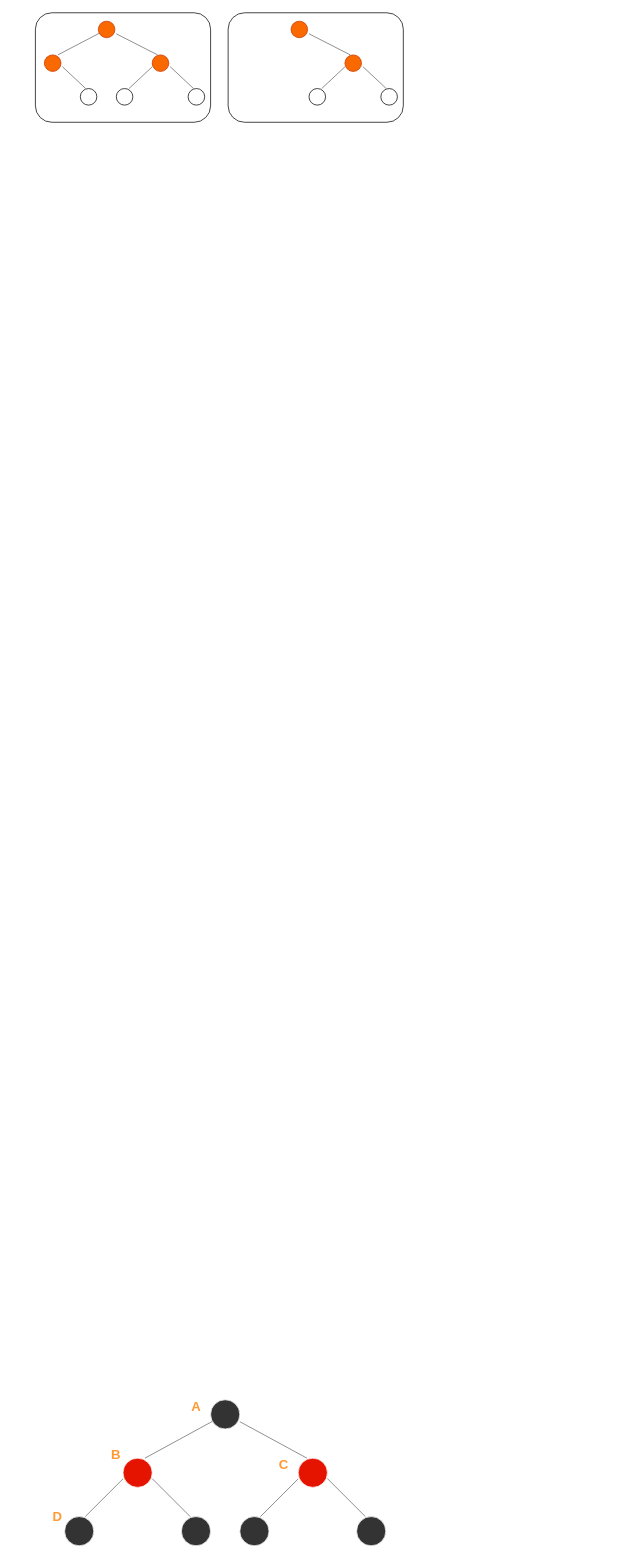
The draw.io diagram 未命名绘图.drawio in GEDYBOY/gedy, before the edit. Source tidied: cells renumbered, new cells numbered last; positions are measured from the earlier drawing's top-left corner, leaving out a move shared by most shapes. Both pictures are drawn from the tidied source at 73%, with x=0, y=0 at pixel (35, 12).
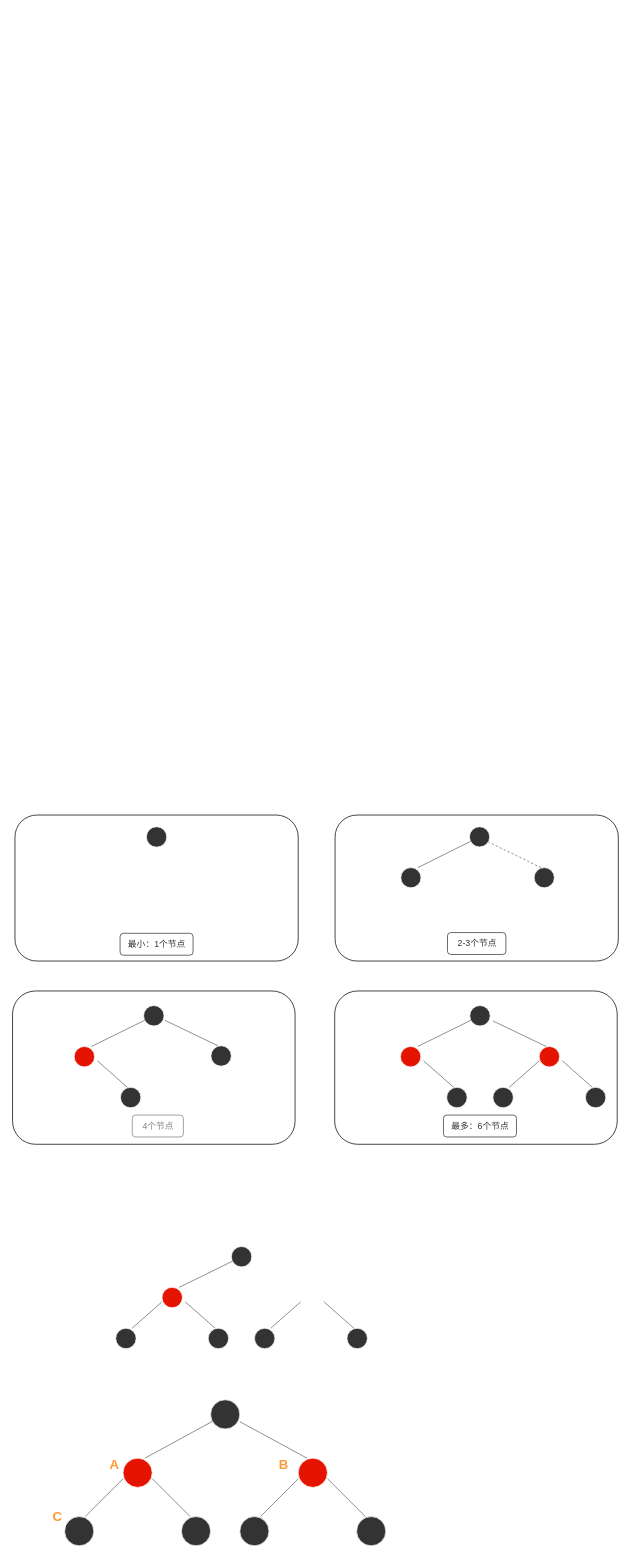
Above is the later version.

Commit message (it also covers changes not shown here):
更新未命名绘图.drawio

Change to the diagram source:
```diff
@@
-    <mxCell id="2" style="group;" parent="1" vertex="1">
-      <mxGeometry width="240" height="150" as="geometry" />
-    </mxCell>
-    <mxCell id="3" style="rounded=1;whiteSpace=wrap;html=1;fillColor=none;" parent="2" vertex="1">
-      <mxGeometry width="240" height="150" as="geometry" />
-    </mxCell>
-    <mxCell id="4" style="ellipse;whiteSpace=wrap;html=1;fillColor=#fa6800;fontColor=#000000;strokeColor=#C73500;" parent="2" vertex="1">
-      <mxGeometry x="12.3" y="57.7" width="22.7" height="22.7" as="geometry" />
-    </mxCell>
-    <mxCell id="5" style="ellipse;whiteSpace=wrap;html=1;" parent="2" vertex="1">
-      <mxGeometry x="61.5" y="103.8" width="22.7" height="22.7" as="geometry" />
-    </mxCell>
-    <mxCell id="6" style="endArrow=none;html=1;rounded=0;entryX=0;entryY=1;entryDx=0;entryDy=0;fillColor=#f5f5f5;gradientColor=#b3b3b3;strokeColor=#666666;" parent="2" edge="1">
-      <mxGeometry relative="1" as="geometry">
-        <mxPoint x="36.9" y="73.8" as="sourcePoint" />
-        <mxPoint x="68.9" y="103.8" as="targetPoint" />
-      </mxGeometry>
-    </mxCell>
-    <mxCell id="7" style="ellipse;whiteSpace=wrap;html=1;fillColor=#fa6800;fontColor=#000000;strokeColor=#C73500;" parent="2" vertex="1">
-      <mxGeometry x="160" y="57.7" width="22.7" height="22.7" as="geometry" />
-    </mxCell>
-    <mxCell id="8" style="ellipse;whiteSpace=wrap;html=1;" parent="2" vertex="1">
-      <mxGeometry x="110.8" y="103.8" width="22.7" height="22.7" as="geometry" />
-    </mxCell>
-    <mxCell id="9" style="ellipse;whiteSpace=wrap;html=1;" parent="2" vertex="1">
-      <mxGeometry x="209.2" y="103.8" width="22.7" height="22.7" as="geometry" />
-    </mxCell>
-    <mxCell id="10" style="endArrow=none;html=1;rounded=0;entryX=0;entryY=1;entryDx=0;entryDy=0;fillColor=#f5f5f5;gradientColor=#b3b3b3;strokeColor=#666666;" parent="2" edge="1">
-      <mxGeometry relative="1" as="geometry">
-        <mxPoint x="128.2" y="103.8" as="sourcePoint" />
-        <mxPoint x="160" y="74" as="targetPoint" />
-      </mxGeometry>
-    </mxCell>
-    <mxCell id="11" style="endArrow=none;html=1;rounded=0;entryX=0;entryY=1;entryDx=0;entryDy=0;fillColor=#f5f5f5;gradientColor=#b3b3b3;strokeColor=#666666;" parent="2" edge="1">
-      <mxGeometry relative="1" as="geometry">
-        <mxPoint x="184.6" y="73.8" as="sourcePoint" />
-        <mxPoint x="216.6" y="103.8" as="targetPoint" />
-      </mxGeometry>
-    </mxCell>
-    <mxCell id="12" style="ellipse;whiteSpace=wrap;html=1;fillColor=#fa6800;fontColor=#000000;strokeColor=#C73500;" parent="2" vertex="1">
-      <mxGeometry x="86.2" y="11.5" width="22.7" height="22.7" as="geometry" />
-    </mxCell>
-    <mxCell id="13" style="endArrow=none;html=1;rounded=0;fillColor=#f5f5f5;gradientColor=#b3b3b3;strokeColor=#666666;" parent="2" edge="1" target="12">
-      <mxGeometry relative="1" as="geometry">
-        <mxPoint x="30.8" y="57.7" as="sourcePoint" />
-      </mxGeometry>
-    </mxCell>
-    <mxCell id="14" style="endArrow=none;html=1;rounded=0;fillColor=#f5f5f5;gradientColor=#b3b3b3;strokeColor=#666666;" parent="2" edge="1">
-      <mxGeometry relative="1" as="geometry">
-        <mxPoint x="167.4" y="57.7" as="sourcePoint" />
-        <mxPoint x="110.8" y="28.8" as="targetPoint" />
-      </mxGeometry>
-    </mxCell>
-    <mxCell id="15" style="group;" parent="1" vertex="1">
-      <mxGeometry x="264" width="240" height="150" as="geometry" />
-    </mxCell>
-    <mxCell id="16" style="rounded=1;whiteSpace=wrap;html=1;fillColor=none;" parent="15" vertex="1">
-      <mxGeometry width="240" height="150" as="geometry" />
-    </mxCell>
-    <mxCell id="17" style="ellipse;whiteSpace=wrap;html=1;fillColor=#fa6800;fontColor=#000000;strokeColor=#C73500;" parent="15" vertex="1">
-      <mxGeometry x="160" y="57.7" width="22.7" height="22.7" as="geometry" />
-    </mxCell>
-    <mxCell id="18" style="ellipse;whiteSpace=wrap;html=1;" parent="15" vertex="1">
-      <mxGeometry x="110.8" y="103.8" width="22.7" height="22.7" as="geometry" />
-    </mxCell>
-    <mxCell id="19" style="ellipse;whiteSpace=wrap;html=1;" parent="15" vertex="1">
-      <mxGeometry x="209.2" y="103.8" width="22.7" height="22.7" as="geometry" />
-    </mxCell>
-    <mxCell id="20" style="endArrow=none;html=1;rounded=0;entryX=0;entryY=1;entryDx=0;entryDy=0;fillColor=#f5f5f5;gradientColor=#b3b3b3;strokeColor=#666666;" parent="15" edge="1">
-      <mxGeometry relative="1" as="geometry">
-        <mxPoint x="128.2" y="103.8" as="sourcePoint" />
-        <mxPoint x="160" y="74" as="targetPoint" />
-      </mxGeometry>
-    </mxCell>
-    <mxCell id="21" style="endArrow=none;html=1;rounded=0;entryX=0;entryY=1;entryDx=0;entryDy=0;fillColor=#f5f5f5;gradientColor=#b3b3b3;strokeColor=#666666;" parent="15" edge="1">
-      <mxGeometry relative="1" as="geometry">
-        <mxPoint x="184.6" y="73.8" as="sourcePoint" />
-        <mxPoint x="216.6" y="103.8" as="targetPoint" />
-      </mxGeometry>
-    </mxCell>
-    <mxCell id="22" style="ellipse;whiteSpace=wrap;html=1;fillColor=#fa6800;fontColor=#000000;strokeColor=#C73500;" parent="15" vertex="1">
-      <mxGeometry x="86.2" y="11.5" width="22.7" height="22.7" as="geometry" />
-    </mxCell>
-    <mxCell id="23" style="endArrow=none;html=1;rounded=0;fillColor=#f5f5f5;gradientColor=#b3b3b3;strokeColor=#666666;" parent="15" edge="1">
-      <mxGeometry relative="1" as="geometry">
-        <mxPoint x="167.4" y="57.7" as="sourcePoint" />
-        <mxPoint x="110.8" y="28.8" as="targetPoint" />
-      </mxGeometry>
-    </mxCell>
+    <mxCell id="41" style="rounded=1;whiteSpace=wrap;html=1;fillColor=none;" parent="1" vertex="1">
+      <mxGeometry x="-31.3" y="1340" width="387" height="210" as="geometry" />
+    </mxCell>
+    <mxCell id="42" style="rounded=1;whiteSpace=wrap;html=1;fillColor=none;" parent="1" vertex="1">
+      <mxGeometry x="-28" y="1099" width="388" height="200" as="geometry" />
+    </mxCell>
+    <mxCell id="43" style="rounded=1;whiteSpace=wrap;html=1;fillColor=none;" parent="1" vertex="1">
+      <mxGeometry x="410" y="1340" width="387" height="210" as="geometry" />
+    </mxCell>
@@
     <mxCell id="37" value="&lt;font size=&quot;1&quot; color=&quot;#ff9933&quot;&gt;&lt;b style=&quot;font-size: 18px;&quot;&gt;B&lt;/b&gt;&lt;/font&gt;" style="text;html=1;align=center;verticalAlign=middle;strokeColor=none;fillColor=none;strokeWidth=11;" parent="1" vertex="1">
-      <mxGeometry x="90" y="1955" width="40" height="40" as="geometry" />
+      <mxGeometry x="320" y="1970" width="40" height="40" as="geometry" />
     </mxCell>
     <mxCell id="38" value="&lt;font color=&quot;#ff9933&quot;&gt;&lt;span style=&quot;font-size: 18px;&quot;&gt;&lt;b&gt;C&lt;/b&gt;&lt;/span&gt;&lt;/font&gt;" style="text;html=1;align=center;verticalAlign=middle;strokeColor=none;fillColor=none;strokeWidth=11;" parent="1" vertex="1">
-      <mxGeometry x="320" y="1970" width="40" height="40" as="geometry" />
+      <mxGeometry x="10" y="2040" width="40" height="40" as="geometry" />
     </mxCell>
     <mxCell id="39" value="&lt;font color=&quot;#ff9933&quot;&gt;&lt;span style=&quot;font-size: 18px;&quot;&gt;&lt;b&gt;A&lt;/b&gt;&lt;/span&gt;&lt;/font&gt;" style="text;html=1;align=center;verticalAlign=middle;strokeColor=none;fillColor=none;strokeWidth=11;" parent="1" vertex="1">
-      <mxGeometry x="200" y="1890" width="40" height="40" as="geometry" />
+      <mxGeometry x="88.2" y="1970" width="40" height="40" as="geometry" />
     </mxCell>
-    <mxCell id="40" value="&lt;font color=&quot;#ff9933&quot;&gt;&lt;span style=&quot;font-size: 18px;&quot;&gt;&lt;b&gt;D&lt;/b&gt;&lt;/span&gt;&lt;/font&gt;" style="text;html=1;align=center;verticalAlign=middle;strokeColor=none;fillColor=none;strokeWidth=11;" parent="1" vertex="1">
-      <mxGeometry x="10" y="2040" width="40" height="40" as="geometry" />
-    </mxCell>
+    <mxCell id="44" style="group;" parent="1" vertex="1">
+      <mxGeometry x="110" y="1690" width="348.5" height="140" as="geometry" />
+    </mxCell>
+    <mxCell id="45" style="ellipse;whiteSpace=wrap;html=1;fillColor=#e51400;fontColor=#ffffff;strokeColor=#FFFFFF;" parent="44" vertex="1">
+      <mxGeometry x="63.4" y="56" width="28" height="28" as="geometry" />
+    </mxCell>
+    <mxCell id="46" style="ellipse;whiteSpace=wrap;html=1;fillColor=#333333;fontColor=#000000;strokeColor=#FFFFFF;" parent="44" vertex="1">
+      <mxGeometry y="112" width="28" height="28" as="geometry" />
+    </mxCell>
+    <mxCell id="47" style="ellipse;whiteSpace=wrap;html=1;fillColor=#333333;strokeColor=#FFFFFF;" parent="44" vertex="1">
+      <mxGeometry x="126.7" y="112" width="28" height="28" as="geometry" />
+    </mxCell>
+    <mxCell id="48" style="endArrow=none;html=1;rounded=0;entryX=0;entryY=1;entryDx=0;entryDy=0;fillColor=#f5f5f5;gradientColor=#b3b3b3;strokeColor=#666666;" parent="44" edge="1">
+      <mxGeometry relative="1" as="geometry">
+        <mxPoint x="22.4" y="112" as="sourcePoint" />
+        <mxPoint x="63.4" y="75.8" as="targetPoint" />
+      </mxGeometry>
+    </mxCell>
+    <mxCell id="49" style="endArrow=none;html=1;rounded=0;entryX=0;entryY=1;entryDx=0;entryDy=0;fillColor=#f5f5f5;gradientColor=#b3b3b3;strokeColor=#666666;" parent="44" edge="1">
+      <mxGeometry relative="1" as="geometry">
+        <mxPoint x="95" y="75.6" as="sourcePoint" />
+        <mxPoint x="136.2" y="112" as="targetPoint" />
+      </mxGeometry>
+    </mxCell>
+    <mxCell id="50" style="ellipse;whiteSpace=wrap;html=1;fillColor=#333333;strokeColor=#FFFFFF;" parent="44" vertex="1">
+      <mxGeometry x="190.1" y="112" width="28" height="28" as="geometry" />
+    </mxCell>
+    <mxCell id="51" style="ellipse;whiteSpace=wrap;html=1;fillColor=#333333;strokeColor=#FFFFFF;" parent="44" vertex="1">
+      <mxGeometry x="316.8" y="112" width="28" height="28" as="geometry" />
+    </mxCell>
+    <mxCell id="52" style="endArrow=none;html=1;rounded=0;entryX=0;entryY=1;entryDx=0;entryDy=0;fillColor=#f5f5f5;gradientColor=#b3b3b3;strokeColor=#666666;" parent="44" edge="1">
+      <mxGeometry relative="1" as="geometry">
+        <mxPoint x="212.5" y="112" as="sourcePoint" />
+        <mxPoint x="253.4" y="75.8" as="targetPoint" />
+      </mxGeometry>
+    </mxCell>
+    <mxCell id="53" style="endArrow=none;html=1;rounded=0;entryX=0;entryY=1;entryDx=0;entryDy=0;fillColor=#f5f5f5;gradientColor=#b3b3b3;strokeColor=#666666;" parent="44" edge="1">
+      <mxGeometry relative="1" as="geometry">
+        <mxPoint x="285.1" y="75.6" as="sourcePoint" />
+        <mxPoint x="326.3" y="112" as="targetPoint" />
+      </mxGeometry>
+    </mxCell>
+    <mxCell id="54" style="ellipse;whiteSpace=wrap;html=1;fillColor=#333333;strokeColor=#FFFFFF;" parent="44" vertex="1">
+      <mxGeometry x="158.4" width="28" height="28" as="geometry" />
+    </mxCell>
+    <mxCell id="55" style="endArrow=none;html=1;rounded=0;fillColor=#f5f5f5;gradientColor=#b3b3b3;strokeColor=#666666;" parent="44" edge="1" target="54">
+      <mxGeometry relative="1" as="geometry">
+        <mxPoint x="87.1" y="56" as="sourcePoint" />
+      </mxGeometry>
+    </mxCell>
+    <mxCell id="56" style="ellipse;whiteSpace=wrap;html=1;fillColor=#333333;strokeColor=#FFFFFF;" parent="1" vertex="1">
+      <mxGeometry x="152" y="1115" width="28" height="28" as="geometry" />
+    </mxCell>
+    <mxCell id="57" style="ellipse;whiteSpace=wrap;html=1;fillColor=#e51400;fontColor=#ffffff;strokeColor=#FFFFFF;" parent="1" vertex="1">
+      <mxGeometry x="53.1" y="1416" width="28" height="28" as="geometry" />
+    </mxCell>
+    <mxCell id="58" style="ellipse;whiteSpace=wrap;html=1;fillColor=#333333;strokeColor=#FFFFFF;" parent="1" vertex="1">
+      <mxGeometry x="116.5" y="1472" width="28" height="28" as="geometry" />
+    </mxCell>
+    <mxCell id="59" style="endArrow=none;html=1;rounded=0;entryX=0;entryY=1;entryDx=0;entryDy=0;fillColor=#f5f5f5;gradientColor=#b3b3b3;strokeColor=#666666;" parent="1" edge="1">
+      <mxGeometry relative="1" as="geometry">
+        <mxPoint x="84.8" y="1435.6" as="sourcePoint" />
+        <mxPoint x="126" y="1472" as="targetPoint" />
+      </mxGeometry>
+    </mxCell>
+    <mxCell id="60" style="ellipse;whiteSpace=wrap;html=1;fillColor=#333333;strokeColor=#FFFFFF;" parent="1" vertex="1">
+      <mxGeometry x="148.2" y="1360" width="28" height="28" as="geometry" />
+    </mxCell>
+    <mxCell id="61" style="endArrow=none;html=1;rounded=0;fillColor=#f5f5f5;gradientColor=#b3b3b3;strokeColor=#666666;" parent="1" edge="1" target="60">
+      <mxGeometry relative="1" as="geometry">
+        <mxPoint x="76.9" y="1416" as="sourcePoint" />
+      </mxGeometry>
+    </mxCell>
+    <mxCell id="62" style="ellipse;whiteSpace=wrap;html=1;fillColor=#e51400;fontColor=#ffffff;strokeColor=#FFFFFF;" parent="1" vertex="1">
+      <mxGeometry x="500" y="1416" width="28" height="28" as="geometry" />
+    </mxCell>
+    <mxCell id="63" style="ellipse;whiteSpace=wrap;html=1;fillColor=#333333;strokeColor=#FFFFFF;" parent="1" vertex="1">
+      <mxGeometry x="563.4" y="1472" width="28" height="28" as="geometry" />
+    </mxCell>
+    <mxCell id="64" style="endArrow=none;html=1;rounded=0;entryX=0;entryY=1;entryDx=0;entryDy=0;fillColor=#f5f5f5;gradientColor=#b3b3b3;strokeColor=#666666;" parent="1" edge="1">
+      <mxGeometry relative="1" as="geometry">
+        <mxPoint x="531.7" y="1435.6" as="sourcePoint" />
+        <mxPoint x="572.9" y="1472" as="targetPoint" />
+      </mxGeometry>
+    </mxCell>
+    <mxCell id="65" style="ellipse;whiteSpace=wrap;html=1;fillColor=#e51400;fontColor=#ffffff;strokeColor=#FFFFFF;" parent="1" vertex="1">
+      <mxGeometry x="690.1" y="1416" width="28" height="28" as="geometry" />
+    </mxCell>
+    <mxCell id="66" style="ellipse;whiteSpace=wrap;html=1;fillColor=#333333;strokeColor=#FFFFFF;" parent="1" vertex="1">
+      <mxGeometry x="626.7" y="1472" width="28" height="28" as="geometry" />
+    </mxCell>
+    <mxCell id="67" style="ellipse;whiteSpace=wrap;html=1;fillColor=#333333;strokeColor=#FFFFFF;" parent="1" vertex="1">
+      <mxGeometry x="753.4" y="1472" width="28" height="28" as="geometry" />
+    </mxCell>
+    <mxCell id="68" style="endArrow=none;html=1;rounded=0;entryX=0;entryY=1;entryDx=0;entryDy=0;fillColor=#f5f5f5;gradientColor=#b3b3b3;strokeColor=#666666;" parent="1" edge="1">
+      <mxGeometry relative="1" as="geometry">
+        <mxPoint x="649.1" y="1472" as="sourcePoint" />
+        <mxPoint x="690.1" y="1435.8" as="targetPoint" />
+      </mxGeometry>
+    </mxCell>
+    <mxCell id="69" style="endArrow=none;html=1;rounded=0;entryX=0;entryY=1;entryDx=0;entryDy=0;fillColor=#f5f5f5;gradientColor=#b3b3b3;strokeColor=#666666;" parent="1" edge="1">
+      <mxGeometry relative="1" as="geometry">
+        <mxPoint x="721.8" y="1435.6" as="sourcePoint" />
+        <mxPoint x="762.9" y="1472" as="targetPoint" />
+      </mxGeometry>
+    </mxCell>
+    <mxCell id="70" style="ellipse;whiteSpace=wrap;html=1;fillColor=#333333;strokeColor=#FFFFFF;" parent="1" vertex="1">
+      <mxGeometry x="595" y="1360" width="28" height="28" as="geometry" />
+    </mxCell>
+    <mxCell id="71" style="endArrow=none;html=1;rounded=0;fillColor=#f5f5f5;gradientColor=#b3b3b3;strokeColor=#666666;" parent="1" edge="1" target="70">
+      <mxGeometry relative="1" as="geometry">
+        <mxPoint x="523.8" y="1416" as="sourcePoint" />
+      </mxGeometry>
+    </mxCell>
+    <mxCell id="72" style="endArrow=none;html=1;rounded=0;fillColor=#f5f5f5;gradientColor=#b3b3b3;strokeColor=#666666;" parent="1" edge="1">
+      <mxGeometry relative="1" as="geometry">
+        <mxPoint x="699.6" y="1416" as="sourcePoint" />
+        <mxPoint x="626.7" y="1381" as="targetPoint" />
+      </mxGeometry>
+    </mxCell>
+    <mxCell id="73" value="&lt;font color=&quot;#333333&quot;&gt;最小：1个节点&lt;/font&gt;" style="text;html=1;align=center;verticalAlign=middle;strokeColor=#333333;fillColor=none;perimeterSpacing=45;rounded=1;" parent="1" vertex="1">
+      <mxGeometry x="116" y="1261" width="100" height="30" as="geometry" />
+    </mxCell>
+    <mxCell id="74" value="&lt;font color=&quot;#333333&quot;&gt;最多：6个节点&lt;/font&gt;" style="text;html=1;align=center;verticalAlign=middle;strokeColor=#333333;fillColor=none;perimeterSpacing=45;rounded=1;" parent="1" vertex="1">
+      <mxGeometry x="559" y="1510" width="100" height="30" as="geometry" />
+    </mxCell>
+    <mxCell id="75" style="group;" parent="1" vertex="1">
+      <mxGeometry x="500.5" y="1115" width="300" height="184" as="geometry" />
+    </mxCell>
+    <mxCell id="76" style="ellipse;whiteSpace=wrap;html=1;fillColor=#333333;fontColor=#ffffff;strokeColor=#FFFFFF;" parent="75" vertex="1">
+      <mxGeometry y="56" width="27.7" height="27.7" as="geometry" />
+    </mxCell>
+    <mxCell id="77" style="ellipse;whiteSpace=wrap;html=1;fillColor=#333333;strokeColor=#FFFFFF;" parent="75" vertex="1">
+      <mxGeometry x="94.1" width="27.7" height="27.7" as="geometry" />
+    </mxCell>
+    <mxCell id="78" style="endArrow=none;html=1;rounded=0;fillColor=#f5f5f5;gradientColor=#b3b3b3;strokeColor=#666666;" parent="75" edge="1" target="77">
+      <mxGeometry relative="1" as="geometry">
+        <mxPoint x="23.5" y="56" as="sourcePoint" />
+      </mxGeometry>
+    </mxCell>
+    <mxCell id="79" style="ellipse;whiteSpace=wrap;html=1;fillColor=#333333;fontColor=#ffffff;strokeColor=#FFFFFF;" parent="75" vertex="1">
+      <mxGeometry x="182.7" y="56" width="27.7" height="27.7" as="geometry" />
+    </mxCell>
+    <mxCell id="80" style="endArrow=none;html=1;rounded=0;fillColor=#f5f5f5;gradientColor=#b3b3b3;strokeColor=#666666;dashed=1;" parent="75" edge="1">
+      <mxGeometry relative="1" as="geometry">
+        <mxPoint x="192.1" y="56" as="sourcePoint" />
+        <mxPoint x="120" y="21" as="targetPoint" />
+      </mxGeometry>
+    </mxCell>
+    <mxCell id="81" style="rounded=1;whiteSpace=wrap;html=1;fillColor=none;" parent="75" vertex="1">
+      <mxGeometry x="-90" y="-16" width="388" height="200" as="geometry" />
+    </mxCell>
+    <mxCell id="82" value="&lt;font color=&quot;#333333&quot;&gt;2-3个节点&lt;/font&gt;" style="text;html=1;align=center;verticalAlign=middle;strokeColor=#333333;fillColor=none;perimeterSpacing=45;rounded=1;" parent="75" vertex="1">
+      <mxGeometry x="64" y="145" width="80" height="30" as="geometry" />
+    </mxCell>
+    <mxCell id="83" style="ellipse;whiteSpace=wrap;html=1;fillColor=#333333;fontColor=#ffffff;strokeColor=#FFFFFF;" parent="1" vertex="1">
+      <mxGeometry x="240.4" y="1415" width="28" height="28" as="geometry" />
+    </mxCell>
+    <mxCell id="84" style="endArrow=none;html=1;rounded=0;fillColor=#f5f5f5;gradientColor=#b3b3b3;strokeColor=#666666;" parent="1" edge="1">
+      <mxGeometry relative="1" as="geometry">
+        <mxPoint x="249.9" y="1415" as="sourcePoint" />
+        <mxPoint x="177" y="1380" as="targetPoint" />
+      </mxGeometry>
+    </mxCell>
+    <mxCell id="85" value="&lt;font color=&quot;#808080&quot;&gt;4个节点&lt;/font&gt;" style="text;html=1;align=center;verticalAlign=middle;strokeColor=#808080;fillColor=none;perimeterSpacing=45;rounded=1;" parent="1" vertex="1">
+      <mxGeometry x="132.7" y="1510" width="70" height="30" as="geometry" />
+    </mxCell>
```
